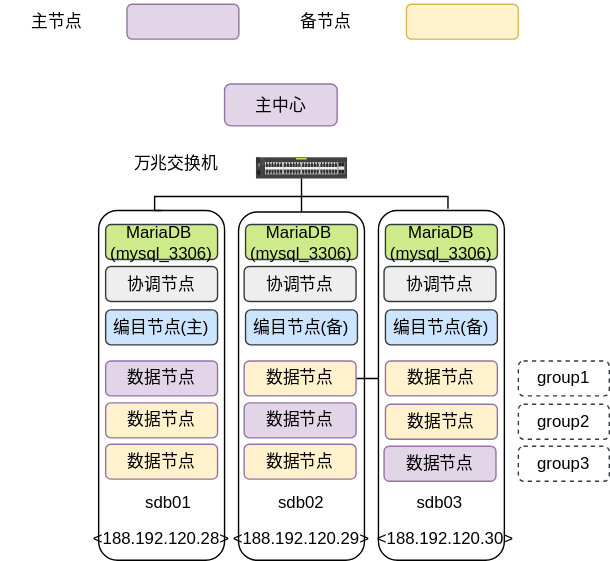
This is 客户/海通证券/海通证券e海通达系统部署架构.drawio.svg from SequoiaDB/design_drawio, a draw.io export, as it was before one commit. Source tidied: cells renumbered, new cells last; positions are measured from the earlier drawing's top-left corner, leaving out a move shared by most shapes. Source of this version:
```xml
<mxGraphModel>
  <root>
    <mxCell id="0" />
    <mxCell id="1" parent="0" />
    <mxCell id="2" style="rounded=1;whiteSpace=wrap;html=1;" parent="1" vertex="1">
      <mxGeometry x="170" y="151" width="90" height="249" as="geometry" />
    </mxCell>
    <mxCell id="3" style="edgeStyle=orthogonalEdgeStyle;rounded=0;jettySize=auto;html=1;fontFamily=Helvetica;fontSize=12;fontColor=default;" parent="1" edge="1" source="4" target="30">
      <mxGeometry relative="1" as="geometry" />
    </mxCell>
    <mxCell id="4" value="数据节点" style="rounded=1;whiteSpace=wrap;html=1;fillColor=#FFF2CC;strokeColor=#9673a6;" parent="1" vertex="1">
      <mxGeometry x="174" y="257.5" width="80" height="25" as="geometry" />
    </mxCell>
    <mxCell id="5" value="数据节点" style="rounded=1;whiteSpace=wrap;html=1;fillColor=#E1D5E7;strokeColor=#9673a6;" parent="1" vertex="1">
      <mxGeometry x="174" y="287.5" width="80" height="25" as="geometry" />
    </mxCell>
    <mxCell id="6" value="数据节点" style="rounded=1;whiteSpace=wrap;html=1;fillColor=#FFF2CC;strokeColor=#9673a6;" parent="1" vertex="1">
      <mxGeometry x="174" y="317" width="80" height="25" as="geometry" />
    </mxCell>
    <mxCell id="7" value="协调节点" style="rounded=1;whiteSpace=wrap;html=1;fillColor=#eeeeee;strokeColor=#36393d;" parent="1" vertex="1">
      <mxGeometry x="174" y="190" width="80" height="25" as="geometry" />
    </mxCell>
    <mxCell id="8" value="sdb02" style="text;html=1;align=center;verticalAlign=middle;whiteSpace=wrap;rounded=1;" parent="1" vertex="1">
      <mxGeometry x="170" y="343.5" width="90" height="30" as="geometry" />
    </mxCell>
    <mxCell id="9" style="html=1;verticalLabelPosition=bottom;verticalAlign=top;outlineConnect=0;shadow=0;dashed=0;shape=mxgraph.rack.hpe_aruba.switches.j9772a_2530_48g_poeplus_switch;" parent="1" vertex="1">
      <mxGeometry x="182.5" y="112" width="65" height="15" as="geometry" />
    </mxCell>
    <mxCell id="10" value="万兆交换机" style="text;html=1;align=center;verticalAlign=middle;whiteSpace=wrap;rounded=1;" parent="1" vertex="1">
      <mxGeometry x="84.5" y="99" width="80.5" height="35.5" as="geometry" />
    </mxCell>
    <mxCell id="11" style="rounded=1;whiteSpace=wrap;html=1;" parent="1" vertex="1">
      <mxGeometry x="270" y="150" width="90" height="250" as="geometry" />
    </mxCell>
    <mxCell id="12" value="协调节点" style="rounded=1;whiteSpace=wrap;html=1;fillColor=#eeeeee;strokeColor=#36393d;" parent="1" vertex="1">
      <mxGeometry x="274" y="190" width="80" height="25" as="geometry" />
    </mxCell>
    <mxCell id="13" value="sdb03" style="text;html=1;align=center;verticalAlign=middle;whiteSpace=wrap;rounded=1;" parent="1" vertex="1">
      <mxGeometry x="269" y="343.5" width="90" height="30" as="geometry" />
    </mxCell>
    <mxCell id="14" value="主中心" style="text;html=1;align=center;verticalAlign=middle;whiteSpace=wrap;rounded=1;fillColor=#e1d5e7;strokeColor=#9673a6;" parent="1" vertex="1">
      <mxGeometry x="160" y="59.5" width="80.5" height="30" as="geometry" />
    </mxCell>
    <mxCell id="15" value="group1" style="rounded=1;whiteSpace=wrap;html=1;fillColor=none;strokeColor=#36393d;dashed=1;" parent="1" vertex="1">
      <mxGeometry x="370" y="257.5" width="65" height="25" as="geometry" />
    </mxCell>
    <mxCell id="16" value="group2" style="rounded=1;whiteSpace=wrap;html=1;fillColor=none;strokeColor=#36393d;dashed=1;" parent="1" vertex="1">
      <mxGeometry x="370" y="288.5" width="65" height="25" as="geometry" />
    </mxCell>
    <mxCell id="17" value="group3" style="rounded=1;whiteSpace=wrap;html=1;fillColor=none;strokeColor=#36393d;dashed=1;" parent="1" vertex="1">
      <mxGeometry x="370" y="318.5" width="65" height="25" as="geometry" />
    </mxCell>
    <mxCell id="18" style="rounded=1;whiteSpace=wrap;html=1;fillColor=#e1d5e7;strokeColor=#9673a6;" parent="1" vertex="1">
      <mxGeometry x="90.2" y="2.5" width="80" height="25" as="geometry" />
    </mxCell>
    <mxCell id="19" style="rounded=1;whiteSpace=wrap;html=1;fillColor=#fff2cc;strokeColor=#d6b656;" parent="1" vertex="1">
      <mxGeometry x="290" y="2.5" width="80" height="25" as="geometry" />
    </mxCell>
    <mxCell id="20" value="主节点" style="text;html=1;align=center;verticalAlign=middle;whiteSpace=wrap;rounded=1;" parent="1" vertex="1">
      <mxGeometry width="80.5" height="30" as="geometry" />
    </mxCell>
    <mxCell id="21" value="备节点" style="text;html=1;align=center;verticalAlign=middle;whiteSpace=wrap;rounded=1;" parent="1" vertex="1">
      <mxGeometry x="192" width="80.5" height="30" as="geometry" />
    </mxCell>
    <mxCell id="22" style="rounded=1;whiteSpace=wrap;html=1;" parent="1" vertex="1">
      <mxGeometry x="70" y="150" width="90" height="250" as="geometry" />
    </mxCell>
    <mxCell id="23" value="协调节点" style="rounded=1;whiteSpace=wrap;html=1;fillColor=#eeeeee;strokeColor=#36393d;" parent="1" vertex="1">
      <mxGeometry x="75" y="190" width="80" height="25" as="geometry" />
    </mxCell>
    <mxCell id="24" value="数据节点" style="rounded=1;whiteSpace=wrap;html=1;fillColor=#e1d5e7;strokeColor=#9673a6;" parent="1" vertex="1">
      <mxGeometry x="75" y="257.5" width="80" height="25" as="geometry" />
    </mxCell>
    <mxCell id="25" value="数据节点" style="rounded=1;whiteSpace=wrap;html=1;fillColor=#FFF2CC;strokeColor=#9673a6;" parent="1" vertex="1">
      <mxGeometry x="75" y="287.5" width="80" height="25" as="geometry" />
    </mxCell>
    <mxCell id="26" value="数据节点" style="rounded=1;whiteSpace=wrap;html=1;fillColor=#FFF2CC;strokeColor=#9673a6;" parent="1" vertex="1">
      <mxGeometry x="75" y="317" width="80" height="25" as="geometry" />
    </mxCell>
    <mxCell id="27" value="sdb01" style="text;html=1;align=center;verticalAlign=middle;whiteSpace=wrap;rounded=1;" parent="1" vertex="1">
      <mxGeometry x="75" y="343.5" width="90" height="30" as="geometry" />
    </mxCell>
    <mxCell id="28" style="edgeStyle=orthogonalEdgeStyle;rounded=0;jettySize=auto;html=1;endArrow=none;endFill=0;exitX=0.5;exitY=0;exitDx=0;exitDy=0;entryX=0.552;entryY=-0.005;entryDx=0;entryDy=0;entryPerimeter=0;" parent="1" edge="1" source="22" target="11">
      <mxGeometry relative="1" as="geometry">
        <Array as="points">
          <mxPoint x="110" y="150" />
          <mxPoint x="110" y="140" />
          <mxPoint x="320" y="140" />
        </Array>
      </mxGeometry>
    </mxCell>
    <mxCell id="29" style="endArrow=none;html=1;rounded=0;" parent="1" edge="1" source="2" target="9">
      <mxGeometry relative="1" as="geometry" />
    </mxCell>
    <mxCell id="30" value="数据节点" style="rounded=1;whiteSpace=wrap;html=1;fillColor=#FFF2CC;strokeColor=#9673a6;" parent="1" vertex="1">
      <mxGeometry x="275" y="288.5" width="80" height="25" as="geometry" />
    </mxCell>
    <mxCell id="31" value="数据节点" style="rounded=1;whiteSpace=wrap;html=1;fillColor=#FFF2CC;strokeColor=#9673a6;" parent="1" vertex="1">
      <mxGeometry x="275" y="257.5" width="80" height="25" as="geometry" />
    </mxCell>
    <mxCell id="32" value="数据节点" style="rounded=1;whiteSpace=wrap;html=1;fillColor=#E1D5E7;strokeColor=#9673a6;" parent="1" vertex="1">
      <mxGeometry x="274" y="318.5" width="80" height="25" as="geometry" />
    </mxCell>
    <mxCell id="33" value="MariaDB&amp;nbsp;&lt;br&gt;(mysql_3306)" style="rounded=1;whiteSpace=wrap;html=1;fillColor=#cdeb8b;strokeColor=#36393d;" parent="1" vertex="1">
      <mxGeometry x="75" y="160" width="80" height="25" as="geometry" />
    </mxCell>
    <mxCell id="34" value="MariaDB&amp;nbsp;&lt;br&gt;(mysql_3306)" style="rounded=1;whiteSpace=wrap;html=1;fillColor=#cdeb8b;strokeColor=#36393d;" parent="1" vertex="1">
      <mxGeometry x="175" y="160" width="80" height="25" as="geometry" />
    </mxCell>
    <mxCell id="35" value="MariaDB&lt;br&gt;(mysql_3306)" style="rounded=1;whiteSpace=wrap;html=1;fillColor=#cdeb8b;strokeColor=#36393d;" parent="1" vertex="1">
      <mxGeometry x="275" y="160" width="80" height="25" as="geometry" />
    </mxCell>
    <mxCell id="36" value="编目节点(主)" style="rounded=1;whiteSpace=wrap;html=1;fillColor=#cce5ff;strokeColor=#36393d;" parent="1" vertex="1">
      <mxGeometry x="75" y="221" width="80" height="25" as="geometry" />
    </mxCell>
    <mxCell id="37" value="编目节点(备)" style="rounded=1;whiteSpace=wrap;html=1;fillColor=#cce5ff;strokeColor=#36393d;" parent="1" vertex="1">
      <mxGeometry x="175" y="221" width="80" height="25" as="geometry" />
    </mxCell>
    <mxCell id="38" value="编目节点(备)" style="rounded=1;whiteSpace=wrap;html=1;fillColor=#cce5ff;strokeColor=#36393d;" parent="1" vertex="1">
      <mxGeometry x="275" y="221" width="80" height="25" as="geometry" />
    </mxCell>
    <mxCell id="39" value="&amp;lt;188.192.120.28&amp;gt;" style="text;html=1;align=center;verticalAlign=middle;whiteSpace=wrap;rounded=1;" parent="1" vertex="1">
      <mxGeometry x="70" y="370" width="90" height="30" as="geometry" />
    </mxCell>
    <mxCell id="40" value="&amp;lt;188.192.120.29&amp;gt;" style="text;html=1;align=center;verticalAlign=middle;whiteSpace=wrap;rounded=1;" parent="1" vertex="1">
      <mxGeometry x="170.2" y="370" width="90" height="30" as="geometry" />
    </mxCell>
    <mxCell id="41" value="&amp;lt;188.192.120.30&amp;gt;" style="text;html=1;align=center;verticalAlign=middle;whiteSpace=wrap;rounded=1;" parent="1" vertex="1">
      <mxGeometry x="272.5" y="370" width="90" height="30" as="geometry" />
    </mxCell>
  </root>
</mxGraphModel>
```
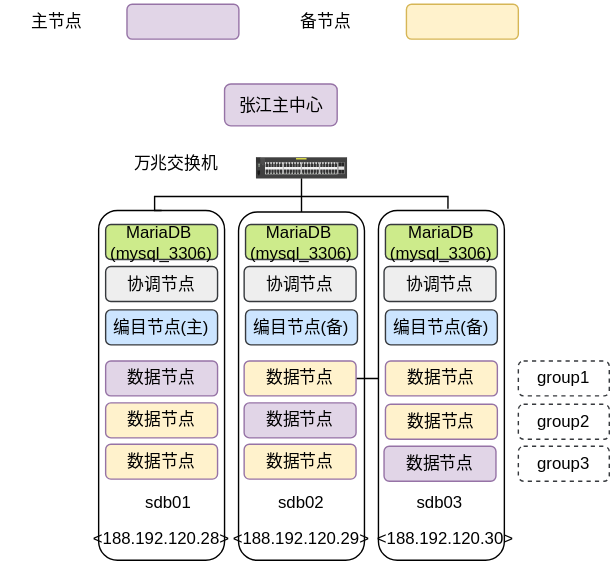
The same diagram one commit later.

What changed in the source:
```diff
@@ -38,7 +38,7 @@
     <mxCell id="13" value="sdb03" style="text;html=1;align=center;verticalAlign=middle;whiteSpace=wrap;rounded=1;" parent="1" vertex="1">
       <mxGeometry x="269" y="343.5" width="90" height="30" as="geometry" />
     </mxCell>
-    <mxCell id="14" value="主中心" style="text;html=1;align=center;verticalAlign=middle;whiteSpace=wrap;rounded=1;fillColor=#e1d5e7;strokeColor=#9673a6;" parent="1" vertex="1">
+    <mxCell id="14" value="张江主中心" style="text;html=1;align=center;verticalAlign=middle;whiteSpace=wrap;rounded=1;fillColor=#e1d5e7;strokeColor=#9673a6;" parent="1" vertex="1">
       <mxGeometry x="160" y="59.5" width="80.5" height="30" as="geometry" />
     </mxCell>
     <mxCell id="15" value="group1" style="rounded=1;whiteSpace=wrap;html=1;fillColor=none;strokeColor=#36393d;dashed=1;" parent="1" vertex="1">
```
